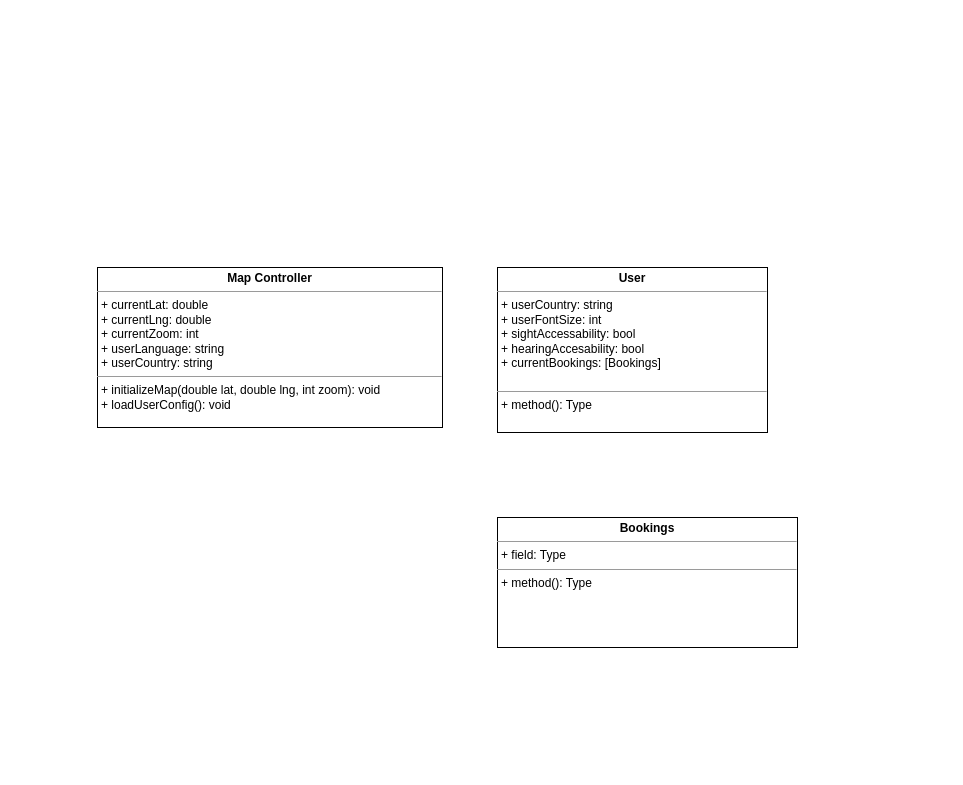
Above: page "Page-3" (3 of 3) of Untitled Diagram.drawio in ramstairs/MUNTour-Maps (draw.io), before the change. Source tidied: cells renumbered, new cells numbered last; positions are measured from the earlier drawing's top-left corner, leaving out a move shared by most shapes. Both pictures are drawn from the tidied source at 100%, with x=0, y=0 at pixel (97, 267).
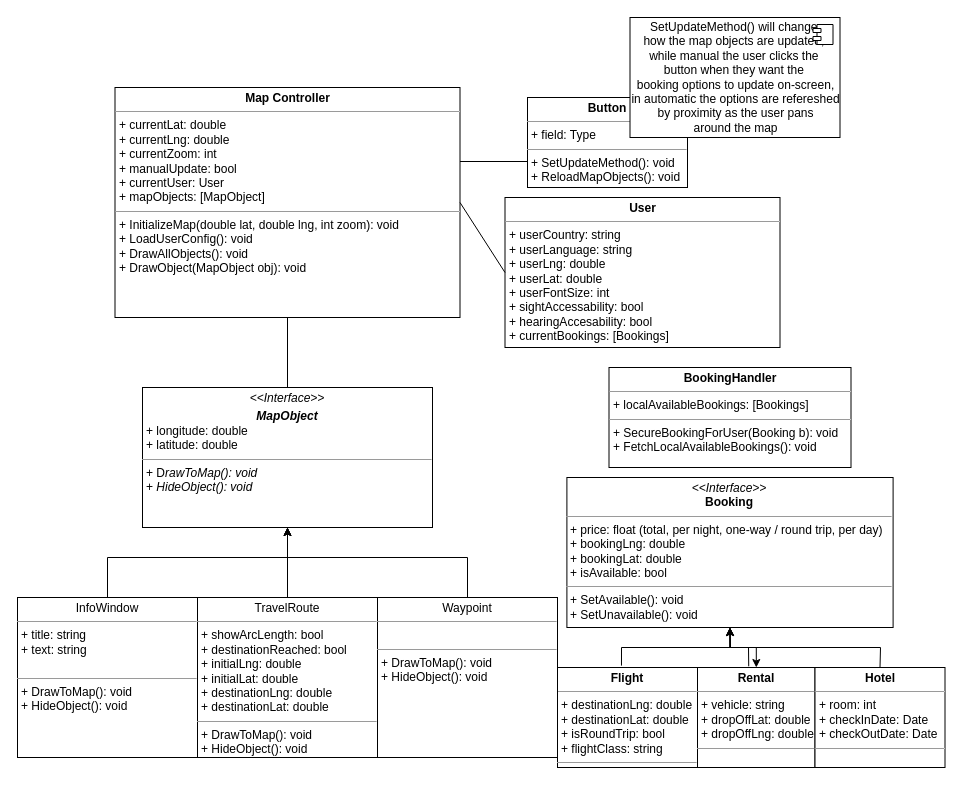
The same page after the edit.

Change to the diagram source:
```diff
@@
-    <mxCell id="2" value="&lt;p style=&quot;margin:0px;margin-top:4px;text-align:center;&quot;&gt;&lt;b&gt;Map Controller&lt;/b&gt;&lt;/p&gt;&lt;hr size=&quot;1&quot;&gt;&lt;p style=&quot;margin:0px;margin-left:4px;&quot;&gt;+ currentLat: double&lt;/p&gt;&lt;p style=&quot;margin:0px;margin-left:4px;&quot;&gt;+ currentLng: double&lt;/p&gt;&lt;p style=&quot;margin:0px;margin-left:4px;&quot;&gt;+ currentZoom: int&lt;/p&gt;&lt;p style=&quot;margin:0px;margin-left:4px;&quot;&gt;+ userLanguage: string&lt;/p&gt;&lt;p style=&quot;margin:0px;margin-left:4px;&quot;&gt;+ userCountry: string&lt;/p&gt;&lt;hr size=&quot;1&quot;&gt;&lt;p style=&quot;margin:0px;margin-left:4px;&quot;&gt;+ initializeMap(double lat, double lng, int zoom): void&lt;/p&gt;&lt;p style=&quot;margin:0px;margin-left:4px;&quot;&gt;+ loadUserConfig(): void&lt;/p&gt;" style="verticalAlign=top;align=left;overflow=fill;fontSize=12;fontFamily=Helvetica;html=1;" parent="1" vertex="1">
-      <mxGeometry width="345" height="160" as="geometry" />
+    <mxCell id="2" value="&lt;p style=&quot;margin:0px;margin-top:4px;text-align:center;&quot;&gt;&lt;b&gt;Map Controller&lt;/b&gt;&lt;/p&gt;&lt;hr size=&quot;1&quot;&gt;&lt;p style=&quot;margin:0px;margin-left:4px;&quot;&gt;+ currentLat: double&lt;/p&gt;&lt;p style=&quot;margin:0px;margin-left:4px;&quot;&gt;+ currentLng: double&lt;/p&gt;&lt;p style=&quot;margin:0px;margin-left:4px;&quot;&gt;+ currentZoom: int&lt;/p&gt;&lt;p style=&quot;margin:0px;margin-left:4px;&quot;&gt;+ manualUpdate: bool&lt;/p&gt;&lt;p style=&quot;margin:0px;margin-left:4px;&quot;&gt;+ currentUser: User&lt;/p&gt;&lt;p style=&quot;margin:0px;margin-left:4px;&quot;&gt;+ mapObjects: [MapObject]&amp;nbsp;&lt;/p&gt;&lt;hr size=&quot;1&quot;&gt;&lt;p style=&quot;margin:0px;margin-left:4px;&quot;&gt;+ InitializeMap(double lat, double lng, int zoom): void&lt;/p&gt;&lt;p style=&quot;margin:0px;margin-left:4px;&quot;&gt;+ LoadUserConfig(): void&lt;/p&gt;&lt;p style=&quot;margin:0px;margin-left:4px;&quot;&gt;+ DrawAllObjects(): void&lt;/p&gt;&lt;p style=&quot;margin:0px;margin-left:4px;&quot;&gt;+ DrawObject(MapObject obj): void&lt;/p&gt;&lt;p style=&quot;margin:0px;margin-left:4px;&quot;&gt;&lt;br&gt;&lt;/p&gt;" style="verticalAlign=top;align=left;overflow=fill;fontSize=12;fontFamily=Helvetica;html=1;" parent="1" vertex="1">
+      <mxGeometry x="17.5" y="-180" width="345" height="230" as="geometry" />
     </mxCell>
-    <mxCell id="3" value="&lt;p style=&quot;margin:0px;margin-top:4px;text-align:center;&quot;&gt;&lt;b&gt;User&lt;/b&gt;&lt;/p&gt;&lt;hr size=&quot;1&quot;&gt;&lt;p style=&quot;margin:0px;margin-left:4px;&quot;&gt;+ userCountry: string&lt;/p&gt;&lt;p style=&quot;margin:0px;margin-left:4px;&quot;&gt;+ userFontSize: int&lt;/p&gt;&lt;p style=&quot;margin:0px;margin-left:4px;&quot;&gt;+ sightAccessability: bool&lt;/p&gt;&lt;p style=&quot;margin:0px;margin-left:4px;&quot;&gt;+ hearingAccesability: bool&lt;/p&gt;&lt;p style=&quot;margin:0px;margin-left:4px;&quot;&gt;+ currentBookings: [Bookings]&lt;/p&gt;&lt;p style=&quot;margin:0px;margin-left:4px;&quot;&gt;&lt;br&gt;&lt;/p&gt;&lt;hr size=&quot;1&quot;&gt;&lt;p style=&quot;margin:0px;margin-left:4px;&quot;&gt;+ method(): Type&lt;/p&gt;" style="verticalAlign=top;align=left;overflow=fill;fontSize=12;fontFamily=Helvetica;html=1;" parent="1" vertex="1">
-      <mxGeometry x="400" width="270" height="165" as="geometry" />
+    <mxCell id="3" value="&lt;p style=&quot;margin:0px;margin-top:4px;text-align:center;&quot;&gt;&lt;b&gt;User&lt;/b&gt;&lt;/p&gt;&lt;hr size=&quot;1&quot;&gt;&lt;p style=&quot;margin:0px;margin-left:4px;&quot;&gt;+ userCountry: string&lt;/p&gt;&lt;p style=&quot;margin: 0px 0px 0px 4px;&quot;&gt;+ userLanguage: string&lt;/p&gt;&lt;p style=&quot;margin: 0px 0px 0px 4px;&quot;&gt;+ userLng: double&lt;/p&gt;&lt;p style=&quot;margin: 0px 0px 0px 4px;&quot;&gt;+ userLat: double&lt;/p&gt;&lt;p style=&quot;margin:0px;margin-left:4px;&quot;&gt;+ userFontSize: int&lt;/p&gt;&lt;p style=&quot;margin:0px;margin-left:4px;&quot;&gt;+ sightAccessability: bool&lt;/p&gt;&lt;p style=&quot;margin:0px;margin-left:4px;&quot;&gt;+ hearingAccesability: bool&lt;/p&gt;&lt;p style=&quot;margin:0px;margin-left:4px;&quot;&gt;+ currentBookings: [Bookings]&lt;/p&gt;&lt;p style=&quot;margin:0px;margin-left:4px;&quot;&gt;&lt;br&gt;&lt;/p&gt;" style="verticalAlign=top;align=left;overflow=fill;fontSize=12;fontFamily=Helvetica;html=1;" parent="1" vertex="1">
+      <mxGeometry x="407.5" y="-70" width="275" height="150" as="geometry" />
     </mxCell>
-    <mxCell id="4" value="&lt;p style=&quot;margin:0px;margin-top:4px;text-align:center;&quot;&gt;&lt;b&gt;Bookings&lt;/b&gt;&lt;/p&gt;&lt;hr size=&quot;1&quot;&gt;&lt;p style=&quot;margin:0px;margin-left:4px;&quot;&gt;+ field: Type&lt;/p&gt;&lt;hr size=&quot;1&quot;&gt;&lt;p style=&quot;margin:0px;margin-left:4px;&quot;&gt;+ method(): Type&lt;/p&gt;" style="verticalAlign=top;align=left;overflow=fill;fontSize=12;fontFamily=Helvetica;html=1;" parent="1" vertex="1">
-      <mxGeometry x="400" y="250" width="300" height="130" as="geometry" />
+    <mxCell id="4" value="&lt;p style=&quot;margin:0px;margin-top:4px;text-align:center;&quot;&gt;InfoWindow&lt;/p&gt;&lt;hr size=&quot;1&quot;&gt;&lt;p style=&quot;margin:0px;margin-left:4px;&quot;&gt;+ title: string&lt;/p&gt;&lt;p style=&quot;margin:0px;margin-left:4px;&quot;&gt;+ text: string&lt;/p&gt;&lt;p style=&quot;margin:0px;margin-left:4px;&quot;&gt;&lt;br&gt;&lt;/p&gt;&lt;hr size=&quot;1&quot;&gt;&lt;p style=&quot;margin:0px;margin-left:4px;&quot;&gt;+ DrawToMap(): void&lt;/p&gt;&lt;p style=&quot;margin:0px;margin-left:4px;&quot;&gt;+ HideObject(): void&lt;/p&gt;" style="verticalAlign=top;align=left;overflow=fill;fontSize=12;fontFamily=Helvetica;html=1;" parent="1" vertex="1">
+      <mxGeometry x="-80" y="330" width="180" height="160" as="geometry" />
     </mxCell>
+    <mxCell id="5" value="&lt;p style=&quot;margin:0px;margin-top:4px;text-align:center;&quot;&gt;&lt;b&gt;Flight&lt;/b&gt;&lt;/p&gt;&lt;hr size=&quot;1&quot;&gt;&lt;p style=&quot;margin:0px;margin-left:4px;&quot;&gt;+ destinationLng: double&lt;/p&gt;&lt;p style=&quot;margin:0px;margin-left:4px;&quot;&gt;+ destinationLat: double&lt;/p&gt;&lt;p style=&quot;margin:0px;margin-left:4px;&quot;&gt;+ isRoundTrip: bool&lt;/p&gt;&lt;p style=&quot;margin:0px;margin-left:4px;&quot;&gt;+ flightClass: string&lt;/p&gt;&lt;hr size=&quot;1&quot;&gt;&lt;p style=&quot;margin:0px;margin-left:4px;&quot;&gt;&lt;br&gt;&lt;/p&gt;" style="verticalAlign=top;align=left;overflow=fill;fontSize=12;fontFamily=Helvetica;html=1;" parent="1" vertex="1">
+      <mxGeometry x="460" y="400" width="140" height="100" as="geometry" />
+    </mxCell>
+    <mxCell id="6" value="&lt;p style=&quot;margin:0px;margin-top:4px;text-align:center;&quot;&gt;&lt;b&gt;Rental&lt;/b&gt;&lt;/p&gt;&lt;hr size=&quot;1&quot;&gt;&lt;p style=&quot;margin:0px;margin-left:4px;&quot;&gt;+ vehicle: string&lt;/p&gt;&lt;p style=&quot;margin:0px;margin-left:4px;&quot;&gt;+ dropOffLat: double&lt;/p&gt;&lt;p style=&quot;margin:0px;margin-left:4px;&quot;&gt;+ dropOffLng: double&lt;/p&gt;&lt;hr size=&quot;1&quot;&gt;&lt;p style=&quot;margin:0px;margin-left:4px;&quot;&gt;&lt;br&gt;&lt;/p&gt;" style="verticalAlign=top;align=left;overflow=fill;fontSize=12;fontFamily=Helvetica;html=1;" parent="1" vertex="1">
+      <mxGeometry x="600" y="400" width="117.5" height="100" as="geometry" />
+    </mxCell>
+    <mxCell id="7" value="&lt;p style=&quot;margin:0px;margin-top:4px;text-align:center;&quot;&gt;&lt;b&gt;Hotel&lt;/b&gt;&lt;/p&gt;&lt;hr size=&quot;1&quot;&gt;&lt;p style=&quot;margin:0px;margin-left:4px;&quot;&gt;+ room: int&lt;/p&gt;&lt;p style=&quot;margin:0px;margin-left:4px;&quot;&gt;+ checkInDate: Date&lt;/p&gt;&lt;p style=&quot;margin:0px;margin-left:4px;&quot;&gt;+ checkOutDate: Date&lt;/p&gt;&lt;hr size=&quot;1&quot;&gt;&lt;p style=&quot;margin:0px;margin-left:4px;&quot;&gt;&lt;br&gt;&lt;/p&gt;" style="verticalAlign=top;align=left;overflow=fill;fontSize=12;fontFamily=Helvetica;html=1;" parent="1" vertex="1">
+      <mxGeometry x="717.5" y="400" width="130" height="100" as="geometry" />
+    </mxCell>
+    <mxCell id="8" value="&lt;p style=&quot;margin:0px;margin-top:4px;text-align:center;&quot;&gt;&lt;i&gt;&amp;lt;&amp;lt;Interface&amp;gt;&amp;gt;&lt;/i&gt;&lt;br&gt;&lt;/p&gt;&lt;p style=&quot;margin:0px;margin-top:4px;text-align:center;&quot;&gt;&lt;i&gt;&lt;b&gt;MapObject&lt;/b&gt;&lt;/i&gt;&lt;/p&gt;&lt;p style=&quot;margin:0px;margin-left:4px;&quot;&gt;+ longitude: double&lt;br&gt;+ latitude: double&lt;/p&gt;&lt;hr size=&quot;1&quot;&gt;&lt;p style=&quot;margin:0px;margin-left:4px;&quot;&gt;+ D&lt;i&gt;rawToMap(): void&amp;nbsp;&lt;/i&gt;&lt;br&gt;+ &lt;i&gt;HideObject(): void&lt;/i&gt;&lt;/p&gt;&lt;p style=&quot;margin:0px;margin-left:4px;&quot;&gt;&lt;i&gt;&lt;br&gt;&lt;/i&gt;&lt;/p&gt;" style="verticalAlign=top;align=left;overflow=fill;fontSize=12;fontFamily=Helvetica;html=1;" parent="1" vertex="1">
+      <mxGeometry x="45" y="120" width="290" height="140" as="geometry" />
+    </mxCell>
+    <mxCell id="9" value="&lt;p style=&quot;margin:0px;margin-top:4px;text-align:center;&quot;&gt;TravelRoute&lt;/p&gt;&lt;hr size=&quot;1&quot;&gt;&lt;p style=&quot;margin:0px;margin-left:4px;&quot;&gt;+ showArcLength: bool&lt;/p&gt;&lt;p style=&quot;margin:0px;margin-left:4px;&quot;&gt;+ destinationReached: bool&lt;/p&gt;&lt;p style=&quot;margin:0px;margin-left:4px;&quot;&gt;+ initialLng: double&lt;/p&gt;&lt;p style=&quot;margin:0px;margin-left:4px;&quot;&gt;+ initialLat: double&lt;/p&gt;&lt;p style=&quot;margin:0px;margin-left:4px;&quot;&gt;+ destinationLng: double&lt;/p&gt;&lt;p style=&quot;margin:0px;margin-left:4px;&quot;&gt;+ destinationLat: double&lt;/p&gt;&lt;hr size=&quot;1&quot;&gt;&lt;p style=&quot;margin:0px;margin-left:4px;&quot;&gt;+ DrawToMap(): void&lt;/p&gt;&lt;p style=&quot;margin:0px;margin-left:4px;&quot;&gt;+ HideObject(): void&lt;/p&gt;" style="verticalAlign=top;align=left;overflow=fill;fontSize=12;fontFamily=Helvetica;html=1;" parent="1" vertex="1">
+      <mxGeometry x="100" y="330" width="180" height="160" as="geometry" />
+    </mxCell>
+    <mxCell id="10" value="&lt;p style=&quot;margin:0px;margin-top:4px;text-align:center;&quot;&gt;Waypoint&lt;/p&gt;&lt;hr size=&quot;1&quot;&gt;&lt;p style=&quot;margin:0px;margin-left:4px;&quot;&gt;&lt;br&gt;&lt;/p&gt;&lt;hr size=&quot;1&quot;&gt;&lt;p style=&quot;margin:0px;margin-left:4px;&quot;&gt;+ DrawToMap(): void&lt;/p&gt;&lt;p style=&quot;margin:0px;margin-left:4px;&quot;&gt;+ HideObject(): void&lt;/p&gt;" style="verticalAlign=top;align=left;overflow=fill;fontSize=12;fontFamily=Helvetica;html=1;" parent="1" vertex="1">
+      <mxGeometry x="280" y="330" width="180" height="160" as="geometry" />
+    </mxCell>
+    <mxCell id="11" style="endArrow=classic;html=1;rounded=0;exitX=0.457;exitY=-0.019;exitDx=0;exitDy=0;entryX=0.5;entryY=1;entryDx=0;entryDy=0;exitPerimeter=0;" parent="1" edge="1" source="5" target="25">
+      <mxGeometry relative="1" as="geometry">
+        <Array as="points">
+          <mxPoint x="524" y="380" />
+          <mxPoint x="572.5" y="380" />
+          <mxPoint x="632.5" y="380" />
+        </Array>
+      </mxGeometry>
+    </mxCell>
+    <mxCell id="12" style="endArrow=classic;html=1;rounded=0;exitX=0.436;exitY=-0.012;exitDx=0;exitDy=0;exitPerimeter=0;entryX=0.5;entryY=1;entryDx=0;entryDy=0;" parent="1" edge="1" source="6" target="25">
+      <mxGeometry relative="1" as="geometry">
+        <Array as="points">
+          <mxPoint x="651" y="380" />
+          <mxPoint x="633" y="380" />
+        </Array>
+      </mxGeometry>
+    </mxCell>
+    <mxCell id="13" style="endArrow=classic;html=1;rounded=0;entryX=0.526;entryY=0.999;entryDx=0;entryDy=0;entryPerimeter=0;exitX=0.5;exitY=0;exitDx=0;exitDy=0;" parent="1" edge="1" source="7">
+      <mxGeometry relative="1" as="geometry">
+        <mxPoint x="632.4" y="359.9" as="targetPoint" />
+        <Array as="points">
+          <mxPoint x="783" y="380" />
+          <mxPoint x="632.5" y="380" />
+        </Array>
+      </mxGeometry>
+    </mxCell>
+    <mxCell id="14" style="endArrow=classic;html=1;rounded=0;entryX=0.5;entryY=1;entryDx=0;entryDy=0;exitX=0.5;exitY=0;exitDx=0;exitDy=0;" parent="1" edge="1" source="4" target="8">
+      <mxGeometry relative="1" as="geometry">
+        <Array as="points">
+          <mxPoint x="10" y="290" />
+          <mxPoint x="190" y="290" />
+        </Array>
+      </mxGeometry>
+    </mxCell>
+    <mxCell id="15" style="endArrow=classic;html=1;rounded=0;entryX=0.5;entryY=1;entryDx=0;entryDy=0;exitX=0.5;exitY=0;exitDx=0;exitDy=0;" parent="1" edge="1" source="9" target="8">
+      <mxGeometry relative="1" as="geometry" />
+    </mxCell>
+    <mxCell id="16" style="endArrow=classic;html=1;rounded=0;exitX=0.5;exitY=0;exitDx=0;exitDy=0;entryX=0.5;entryY=1;entryDx=0;entryDy=0;" parent="1" edge="1" source="10" target="8">
+      <mxGeometry relative="1" as="geometry">
+        <Array as="points">
+          <mxPoint x="370" y="290" />
+          <mxPoint x="190" y="290" />
+        </Array>
+      </mxGeometry>
+    </mxCell>
+    <mxCell id="17" style="endArrow=none;html=1;rounded=0;entryX=0.5;entryY=1;entryDx=0;entryDy=0;exitX=0.5;exitY=0;exitDx=0;exitDy=0;" parent="1" edge="1" source="8" target="2">
+      <mxGeometry relative="1" as="geometry" />
+    </mxCell>
+    <mxCell id="18" style="endArrow=none;html=1;rounded=0;entryX=0;entryY=0.5;entryDx=0;entryDy=0;exitX=1;exitY=0.5;exitDx=0;exitDy=0;" parent="1" edge="1" source="2" target="3">
+      <mxGeometry relative="1" as="geometry" />
+    </mxCell>
+    <mxCell id="19" value="&lt;p style=&quot;margin:0px;margin-top:4px;text-align:center;&quot;&gt;&lt;b&gt;Button&lt;/b&gt;&lt;/p&gt;&lt;hr size=&quot;1&quot;&gt;&lt;p style=&quot;margin:0px;margin-left:4px;&quot;&gt;+ field: Type&lt;/p&gt;&lt;hr size=&quot;1&quot;&gt;&lt;p style=&quot;margin:0px;margin-left:4px;&quot;&gt;+ SetUpdateMethod(): void&lt;/p&gt;&lt;p style=&quot;margin:0px;margin-left:4px;&quot;&gt;+ ReloadMapObjects(): void&lt;/p&gt;" style="verticalAlign=top;align=left;overflow=fill;fontSize=12;fontFamily=Helvetica;html=1;" parent="1" vertex="1">
+      <mxGeometry x="430" y="-170" width="160" height="90" as="geometry" />
+    </mxCell>
+    <mxCell id="20" value="SetUpdateMethod() will change&amp;nbsp;&lt;br&gt;how the map objects are updated,&amp;nbsp;&lt;br&gt;while manual the user clicks the&amp;nbsp;&lt;br&gt;button when they want the&amp;nbsp;&lt;br&gt;booking options to update on-screen,&lt;br&gt;in automatic the options are refereshed&lt;br&gt;by proximity as the user pans&lt;br&gt;&amp;nbsp;around the map&amp;nbsp;" style="html=1;" parent="1" vertex="1">
+      <mxGeometry x="532.5" y="-250" width="210" height="120" as="geometry" />
+    </mxCell>
+    <mxCell id="21" style="shape=module;jettyWidth=8;jettyHeight=4;" parent="20" vertex="1">
+      <mxGeometry x="1" width="20" height="20" relative="1" as="geometry">
+        <mxPoint x="-27" y="7" as="offset" />
+      </mxGeometry>
+    </mxCell>
+    <mxCell id="22" style="line;strokeWidth=1;fillColor=none;align=left;verticalAlign=middle;spacingTop=-1;spacingLeft=3;spacingRight=3;labelPosition=right;strokeColor=inherit;" parent="1" vertex="1">
+      <mxGeometry x="362.5" y="-110" width="67.5" height="8" as="geometry" />
+    </mxCell>
+    <mxCell id="23" value="&lt;p style=&quot;margin:0px;margin-top:4px;text-align:center;&quot;&gt;&lt;b&gt;BookingHandler&lt;/b&gt;&lt;/p&gt;&lt;hr size=&quot;1&quot;&gt;&lt;p style=&quot;margin:0px;margin-left:4px;&quot;&gt;+ localAvailableBookings: [Bookings]&lt;/p&gt;&lt;hr size=&quot;1&quot;&gt;&lt;p style=&quot;margin:0px;margin-left:4px;&quot;&gt;+ SecureBookingForUser(Booking b): void&lt;br&gt;&lt;/p&gt;&lt;p style=&quot;margin:0px;margin-left:4px;&quot;&gt;+ FetchLocalAvailableBookings(): void&lt;/p&gt;&lt;p style=&quot;margin:0px;margin-left:4px;&quot;&gt;&lt;br&gt;&lt;/p&gt;" style="verticalAlign=top;align=left;overflow=fill;fontSize=12;fontFamily=Helvetica;html=1;" parent="1" vertex="1">
+      <mxGeometry x="511.5" y="100" width="242" height="100" as="geometry" />
+    </mxCell>
+    <mxCell id="24" style="edgeStyle=orthogonalEdgeStyle;rounded=0;jettySize=auto;html=1;" parent="1" edge="1" source="25" target="6">
+      <mxGeometry relative="1" as="geometry" />
+    </mxCell>
+    <mxCell id="25" value="&lt;p style=&quot;margin:0px;margin-top:4px;text-align:center;&quot;&gt;&lt;i&gt;&amp;lt;&amp;lt;Interface&amp;gt;&amp;gt;&lt;/i&gt;&lt;br&gt;&lt;b&gt;Booking&lt;/b&gt;&lt;/p&gt;&lt;hr size=&quot;1&quot;&gt;&lt;p style=&quot;margin:0px;margin-left:4px;&quot;&gt;+ price: float (total, per night, one-way / round trip, per day)&lt;/p&gt;&lt;p style=&quot;margin:0px;margin-left:4px;&quot;&gt;+ bookingLng: double&lt;/p&gt;&lt;p style=&quot;margin:0px;margin-left:4px;&quot;&gt;+ bookingLat: double&lt;/p&gt;&lt;p style=&quot;margin:0px;margin-left:4px;&quot;&gt;+ isAvailable: bool&lt;/p&gt;&lt;hr size=&quot;1&quot;&gt;&lt;p style=&quot;margin:0px;margin-left:4px;&quot;&gt;+ SetAvailable(): void&lt;br&gt;+ SetUnavailable(): void&lt;/p&gt;" style="verticalAlign=top;align=left;overflow=fill;fontSize=12;fontFamily=Helvetica;html=1;" parent="1" vertex="1">
+      <mxGeometry x="469.4" y="210" width="326.2" height="150" as="geometry" />
+    </mxCell>
```
